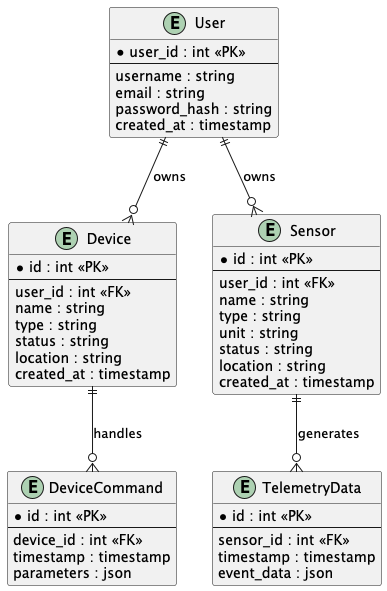
The PlantUML diagram schemas/ER.png in Yandex-Practicum/architecture-pro-warmhouse, before a commit.
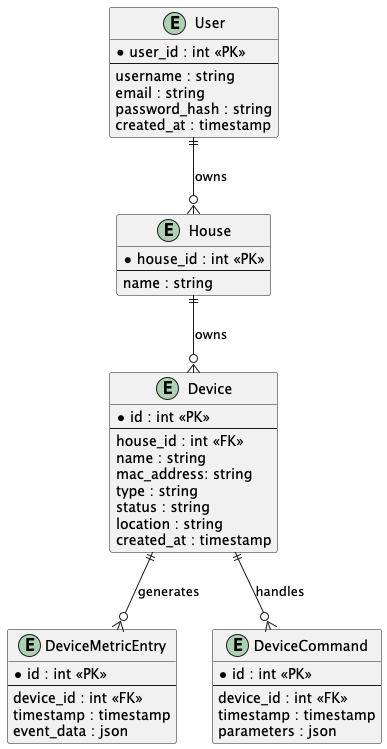
After the change.

What changed in the source:
```diff
@@ -9,33 +9,28 @@
   created_at : timestamp
 }
 
+entity "House" as house {
+  * house_id : int <<PK>>
+  --
+  name : string
+}
+
 entity "Device" as device {
   * id : int <<PK>>
   --
-  user_id : int <<FK>>
+  house_id : int <<FK>>
   name : string
+  mac_address: string
   type : string
   status : string
   location : string
   created_at : timestamp
 }
 
-entity "Sensor" as sensor {
+entity "DeviceMetricEntry" as deviceMetricEntry {
   * id : int <<PK>>
   --
-  user_id : int <<FK>>
-  name : string
-  type : string
-  unit : string
-  status : string
-  location : string
-  created_at : timestamp
-}
-
-entity "TelemetryData" as telemetry {
-  * id : int <<PK>>
-  --
-  sensor_id : int <<FK>>
+  device_id : int <<FK>>
   timestamp : timestamp
   event_data : json
 }
@@ -48,8 +43,8 @@
   parameters : json
 }
 
-user ||--o{ device : "owns"
-user ||--o{ sensor : "owns"
+user ||--o{ house : "owns"
+house ||--o{ device : "owns"
 device ||--o{ command : "handles"
-sensor ||--o{ telemetry : "generates"
+device ||--o{ deviceMetricEntry : "generates"
 @enduml
```
